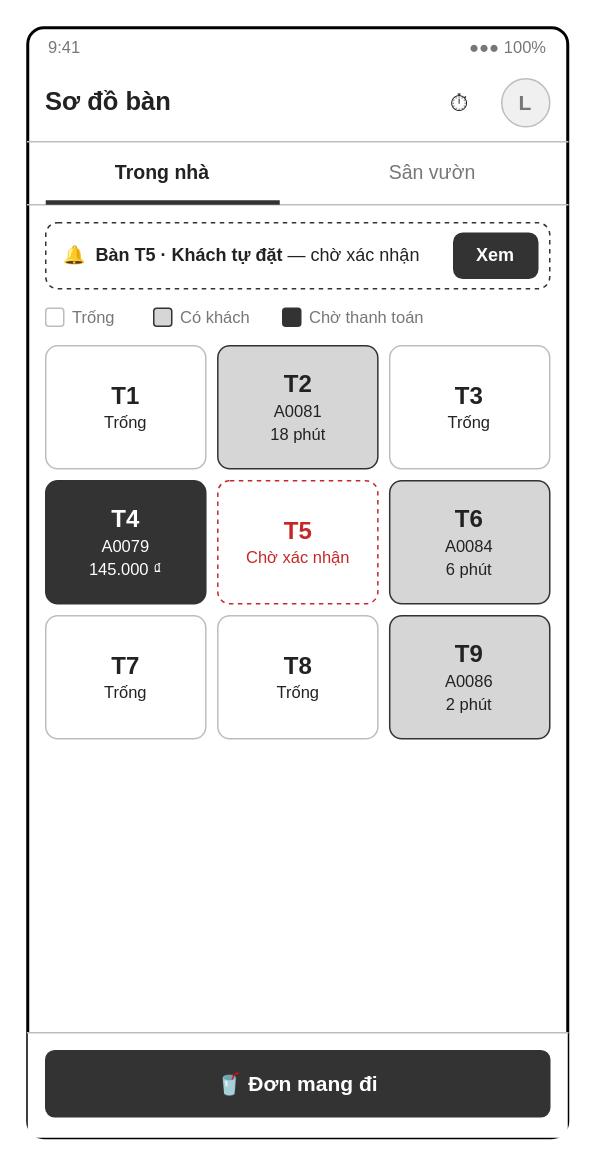
huytran303/CafeManagementSystem keeps this draw.io diagram as page "S13 Table map" (17 of 38) of docs/diagrams/screen-mockups.drawio. Above is the earlier version. Source tidied: cells renumbered, new cells numbered last; positions are measured from the earlier drawing's top-left corner, leaving out a move shared by most shapes. Both pictures are drawn from the tidied source at 150%, with x=0, y=0 at pixel (27, 27).
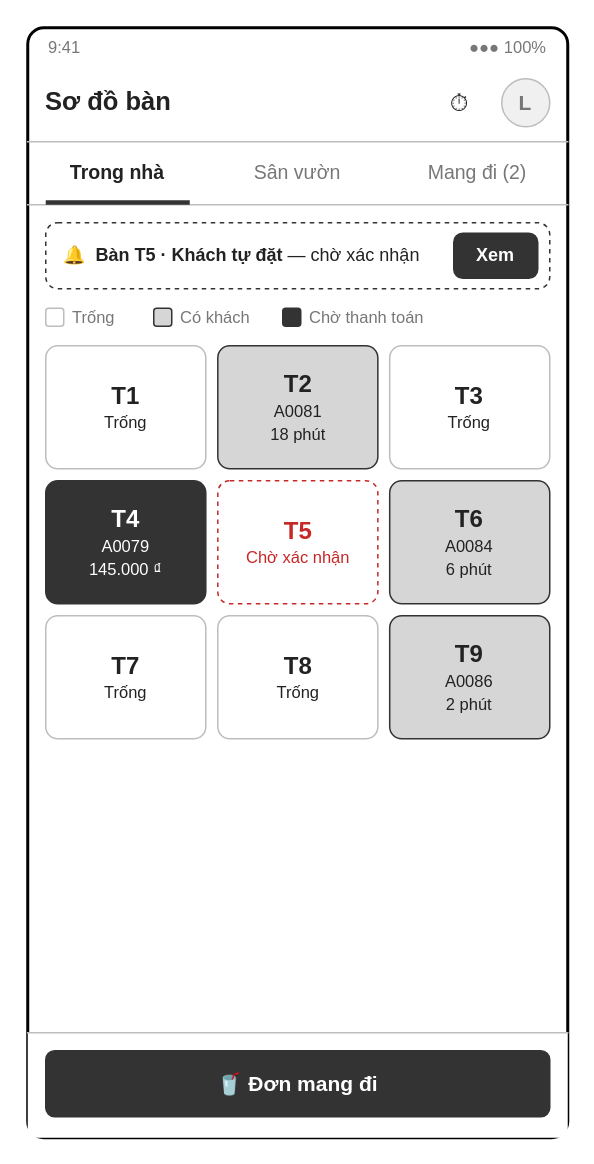
Above is the later version.

The edit, as a diff of the source:
```diff
@@
     <mxCell id="10" value="Trong nhà" style="html=1;whiteSpace=wrap;fontFamily=Helvetica;html=1;whiteSpace=wrap;fontFamily=Helvetica;text;strokeColor=none;fillColor=none;spacing=0;fontSize=13;fontStyle=1;fontColor=#222222;align=center;verticalAlign=middle;" parent="1" vertex="1">
-      <mxGeometry y="76" width="180" height="40" as="geometry" />
+      <mxGeometry y="76" width="120" height="40" as="geometry" />
     </mxCell>
     <mxCell id="11" style="html=1;whiteSpace=wrap;fontFamily=Helvetica;fillColor=#333333;strokeColor=none;" parent="1" vertex="1">
-      <mxGeometry x="12" y="115" width="156" height="3" as="geometry" />
+      <mxGeometry x="12" y="115" width="96" height="3" as="geometry" />
     </mxCell>
     <mxCell id="12" value="Sân vườn" style="html=1;whiteSpace=wrap;fontFamily=Helvetica;html=1;whiteSpace=wrap;fontFamily=Helvetica;text;strokeColor=none;fillColor=none;spacing=0;fontSize=13;fontStyle=0;fontColor=#777777;align=center;verticalAlign=middle;" parent="1" vertex="1">
-      <mxGeometry x="180" y="76" width="180" height="40" as="geometry" />
+      <mxGeometry x="120" y="76" width="120" height="40" as="geometry" />
     </mxCell>
@@
+    <mxCell id="32" value="Mang đi (2)" style="html=1;whiteSpace=wrap;fontFamily=Helvetica;text;strokeColor=none;fillColor=none;spacing=0;fontSize=13;fontStyle=0;fontColor=#777777;align=center;verticalAlign=middle;" parent="1" vertex="1">
+      <mxGeometry x="240" y="76" width="120" height="40" as="geometry" />
+    </mxCell>
```
